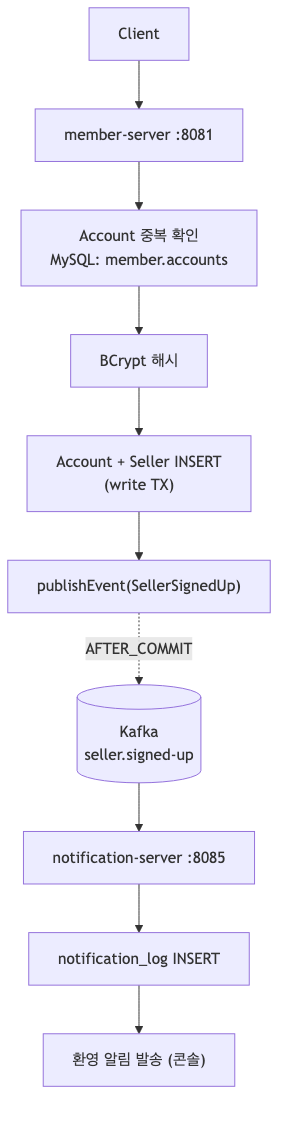
ing9990/deep-blog keeps this Mermaid diagram as mini-coupang/diagrams/img/02-seller-signup.png. Above is the earlier version. Its source is kept beside it as mini-coupang/diagrams/src/02-seller-signup.mmd. Source of this version:
```mermaid
flowchart TD
    C["Client"] --> MS["member-server :8081"]
    MS --> V["Account 중복 확인<br/>MySQL: member.accounts"]
    V --> H["BCrypt 해시"]
    H --> I["Account + Seller INSERT<br/>(write TX)"]
    I --> P["publishEvent(SellerSignedUp)"]
    P -. "AFTER_COMMIT" .-> K[("Kafka<br/>seller.signed-up")]
    K --> NS["notification-server :8085"]
    NS --> NL["notification_log INSERT"]
    NL --> ND["환영 알림 발송 (콘솔)"]
```
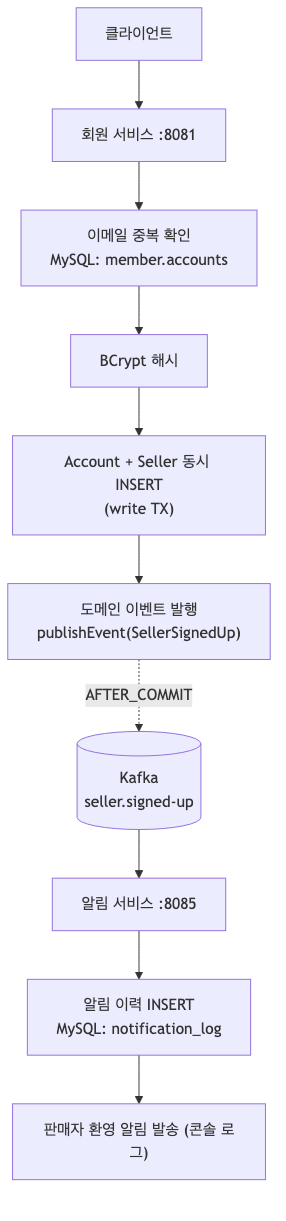
After the commit.

The edit, as a diff of the source:
```diff
@@ -1,10 +1,10 @@
 flowchart TD
-    C["Client"] --> MS["member-server :8081"]
-    MS --> V["Account 중복 확인<br/>MySQL: member.accounts"]
+    C["클라이언트"] --> MS["회원 서비스 :8081"]
+    MS --> V["이메일 중복 확인<br/>MySQL: member.accounts"]
     V --> H["BCrypt 해시"]
-    H --> I["Account + Seller INSERT<br/>(write TX)"]
-    I --> P["publishEvent(SellerSignedUp)"]
+    H --> I["Account + Seller 동시 INSERT<br/>(write TX)"]
+    I --> P["도메인 이벤트 발행<br/>publishEvent(SellerSignedUp)"]
     P -. "AFTER_COMMIT" .-> K[("Kafka<br/>seller.signed-up")]
-    K --> NS["notification-server :8085"]
-    NS --> NL["notification_log INSERT"]
-    NL --> ND["환영 알림 발송 (콘솔)"]
+    K --> NS["알림 서비스 :8085"]
+    NS --> NL["알림 이력 INSERT<br/>MySQL: notification_log"]
+    NL --> ND["판매자 환영 알림 발송 (콘솔 로그)"]
```
